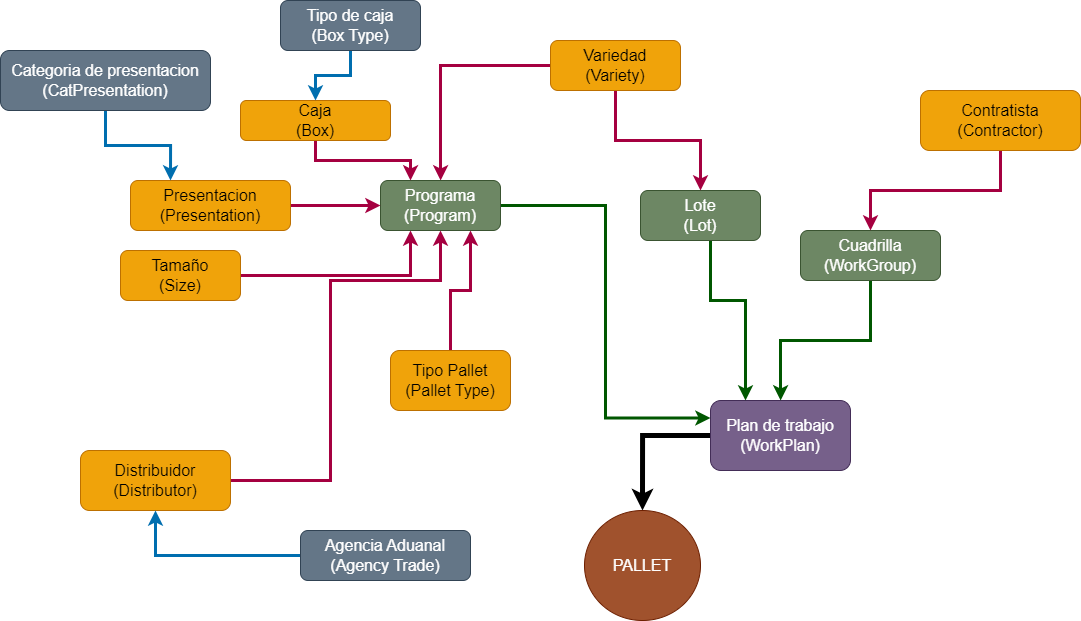
The draw.io diagram Diagramas/Programa de empaque.drawio.png in OshawkUvex/Diagrams, before a commit. Source tidied: cells renumbered, new cells last; positions are measured from the earlier drawing's top-left corner, leaving out a move shared by most shapes.
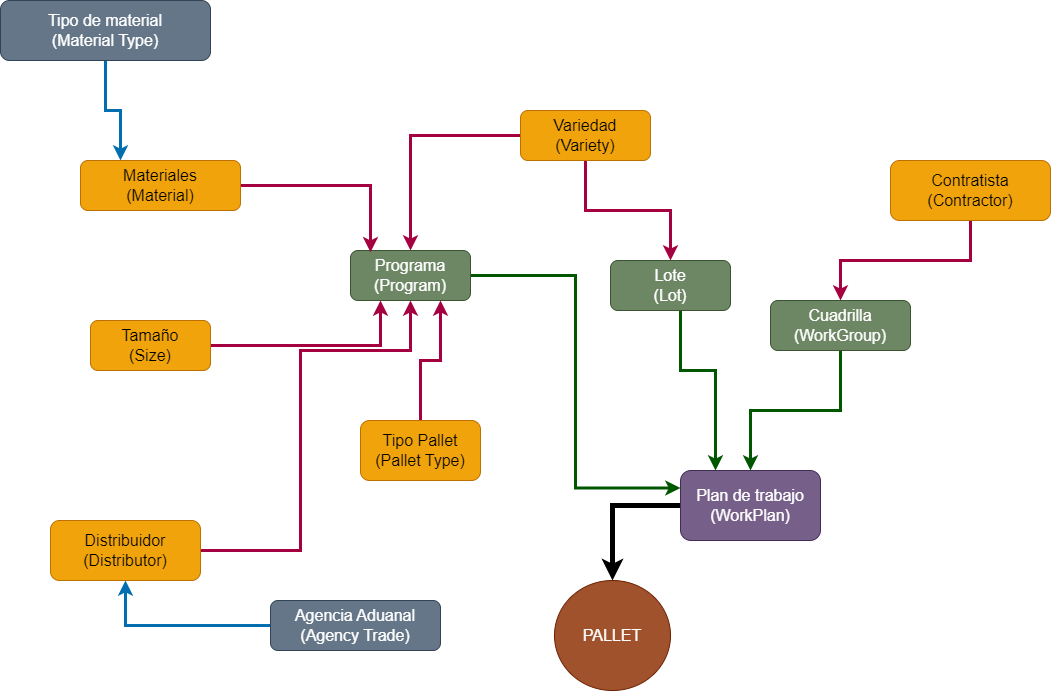
Above is the later version.

Diff of the diagram source:
```diff
@@ -49,17 +49,11 @@
     <mxCell id="15" value="Programa&lt;br style=&quot;font-size: 16px;&quot;&gt;(Program)" style="rounded=1;whiteSpace=wrap;html=1;fillColor=#6d8764;strokeColor=#3A5431;fontColor=#ffffff;fontSize=16;" parent="1" vertex="1">
       <mxGeometry x="380" y="180" width="120" height="50" as="geometry" />
     </mxCell>
-    <mxCell id="16" style="edgeStyle=orthogonalEdgeStyle;rounded=0;jettySize=auto;html=1;entryX=0.25;entryY=0;entryDx=0;entryDy=0;fillColor=#d80073;strokeColor=#A50040;strokeWidth=3;fontSize=16;" parent="1" edge="1" source="17" target="15">
-      <mxGeometry relative="1" as="geometry" />
-    </mxCell>
-    <mxCell id="17" value="Caja&lt;br style=&quot;font-size: 16px;&quot;&gt;(Box)" style="rounded=1;whiteSpace=wrap;html=1;fillColor=#f0a30a;fontColor=#000000;strokeColor=#BD7000;fontSize=16;" parent="1" vertex="1">
-      <mxGeometry x="240" y="100" width="150" height="40" as="geometry" />
-    </mxCell>
-    <mxCell id="18" style="edgeStyle=orthogonalEdgeStyle;rounded=0;jettySize=auto;html=1;fillColor=#d80073;strokeColor=#A50040;strokeWidth=3;fontSize=16;" parent="1" edge="1" source="19" target="15">
+    <mxCell id="18" style="edgeStyle=orthogonalEdgeStyle;rounded=0;jettySize=auto;html=1;fillColor=#d80073;strokeColor=#A50040;strokeWidth=3;fontSize=16;entryX=0.167;entryY=0.035;entryDx=0;entryDy=0;entryPerimeter=0;" parent="1" edge="1" source="19" target="15">
       <mxGeometry relative="1" as="geometry" />
     </mxCell>
-    <mxCell id="19" value="Presentacion&lt;br style=&quot;font-size: 16px;&quot;&gt;(Presentation)" style="rounded=1;whiteSpace=wrap;html=1;fillColor=#f0a30a;fontColor=#000000;strokeColor=#BD7000;fontSize=16;" parent="1" vertex="1">
-      <mxGeometry x="130" y="180" width="160" height="50" as="geometry" />
+    <mxCell id="19" value="Materiales&lt;br style=&quot;font-size: 16px;&quot;&gt;(Material)" style="rounded=1;whiteSpace=wrap;html=1;fillColor=#f0a30a;fontColor=#000000;strokeColor=#BD7000;fontSize=16;" parent="1" vertex="1">
+      <mxGeometry x="110" y="90" width="160" height="50" as="geometry" />
     </mxCell>
     <mxCell id="20" style="edgeStyle=orthogonalEdgeStyle;rounded=0;jettySize=auto;html=1;entryX=0.25;entryY=1;entryDx=0;entryDy=0;fillColor=#d80073;strokeColor=#A50040;strokeWidth=3;fontSize=16;" parent="1" edge="1" source="21" target="15">
       <mxGeometry relative="1" as="geometry" />
@@ -91,17 +85,11 @@
     <mxCell id="27" value="Agencia Aduanal&lt;br style=&quot;font-size: 16px;&quot;&gt;(Agency Trade)" style="rounded=1;whiteSpace=wrap;html=1;fillColor=#647687;fontColor=#ffffff;strokeColor=#314354;fontSize=16;" parent="1" vertex="1">
       <mxGeometry x="300" y="530" width="170" height="50" as="geometry" />
     </mxCell>
-    <mxCell id="28" style="edgeStyle=orthogonalEdgeStyle;rounded=0;jettySize=auto;html=1;fillColor=#1ba1e2;strokeColor=#006EAF;strokeWidth=3;fontSize=16;" parent="1" edge="1" source="29" target="17">
-      <mxGeometry relative="1" as="geometry" />
-    </mxCell>
-    <mxCell id="29" value="Tipo de caja&lt;br style=&quot;font-size: 16px;&quot;&gt;(Box Type)" style="rounded=1;whiteSpace=wrap;html=1;fillColor=#647687;fontColor=#ffffff;strokeColor=#314354;fontSize=16;" parent="1" vertex="1">
-      <mxGeometry x="280" width="140" height="50" as="geometry" />
-    </mxCell>
     <mxCell id="30" style="edgeStyle=orthogonalEdgeStyle;rounded=0;jettySize=auto;html=1;entryX=0.25;entryY=0;entryDx=0;entryDy=0;fillColor=#1ba1e2;strokeColor=#006EAF;strokeWidth=3;fontSize=16;" parent="1" edge="1" source="31" target="19">
       <mxGeometry relative="1" as="geometry" />
     </mxCell>
-    <mxCell id="31" value="Categoria de presentacion&lt;br style=&quot;font-size: 16px;&quot;&gt;(CatPresentation)" style="rounded=1;whiteSpace=wrap;html=1;fillColor=#647687;fontColor=#ffffff;strokeColor=#314354;fontSize=16;" parent="1" vertex="1">
-      <mxGeometry y="50" width="210" height="60" as="geometry" />
+    <mxCell id="31" value="Tipo de material&lt;br style=&quot;font-size: 16px;&quot;&gt;(Material Type)" style="rounded=1;whiteSpace=wrap;html=1;fillColor=#647687;fontColor=#ffffff;strokeColor=#314354;fontSize=16;" parent="1" vertex="1">
+      <mxGeometry x="30" y="-70" width="210" height="60" as="geometry" />
     </mxCell>
   </root>
 </mxGraphModel>
```
